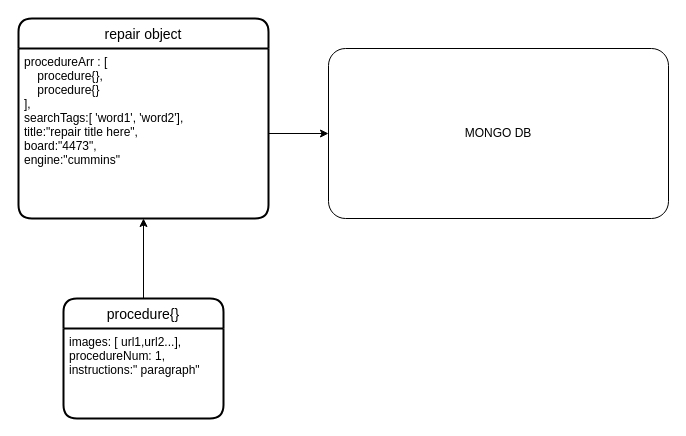
The draw.io diagram repair-reports/Untitled Diagram.drawio in jesusdoza/diagrams, before the edit. Source tidied: cells renumbered, new cells numbered last; positions are measured from the earlier drawing's top-left corner, leaving out a move shared by most shapes. Both pictures are drawn from the tidied source at 100%, with x=0, y=0 at pixel (18, 18).
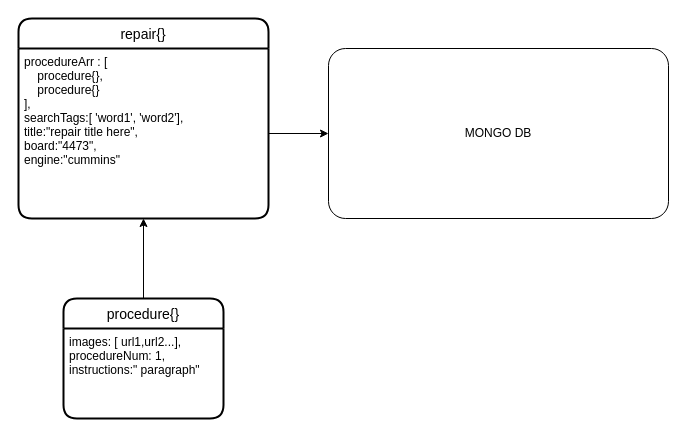
Above is the later version.

Change to the diagram source:
```diff
@@
 <mxGraphModel>
   <root>
     <mxCell id="0" />
     <mxCell id="1" parent="0" />
-    <mxCell id="2" value="repair object" style="swimlane;horizontal=1;startSize=30;rounded=1;fontSize=14;fontStyle=0;strokeWidth=2;shadow=0;dashed=0;align=center;" parent="1" vertex="1">
+    <mxCell id="2" value="repair{}" style="swimlane;horizontal=1;startSize=30;rounded=1;fontSize=14;fontStyle=0;strokeWidth=2;shadow=0;dashed=0;align=center;" parent="1" vertex="1">
       <mxGeometry width="250" height="200" as="geometry" />
     </mxCell>
     <mxCell id="3" value="procedureArr : [&#10;    procedure{},&#10;    procedure{}&#10;],&#10;searchTags:[ 'word1', 'word2'],&#10;title:&quot;repair title here&quot;,&#10;board:&quot;4473&quot;,&#10;engine:&quot;cummins&quot;&#10;" style="align=left;strokeColor=none;fillColor=none;spacingLeft=4;fontSize=12;verticalAlign=top;" parent="2" vertex="1">
       <mxGeometry y="30" width="250" height="170" as="geometry" />
     </mxCell>
     <mxCell id="4" style="edgeStyle=orthogonalEdgeStyle;rounded=0;jettySize=auto;html=1;" parent="1" edge="1" source="5" target="3">
       <mxGeometry relative="1" as="geometry" />
     </mxCell>
     <mxCell id="5" value="procedure{}" style="swimlane;horizontal=1;startSize=30;rounded=1;fontSize=14;fontStyle=0;strokeWidth=2;shadow=0;dashed=0;align=center;" parent="1" vertex="1">
       <mxGeometry x="45" y="280" width="160" height="120" as="geometry" />
     </mxCell>
     <mxCell id="6" value="images: [ url1,url2...],&#10;procedureNum: 1,&#10;instructions:&quot; paragraph&quot;" style="align=left;strokeColor=none;fillColor=none;spacingLeft=4;fontSize=12;verticalAlign=top;" parent="5" vertex="1">
       <mxGeometry y="30" width="160" height="90" as="geometry" />
     </mxCell>
     <mxCell id="7" value="MONGO DB" style="rounded=1;arcSize=10;whiteSpace=wrap;html=1;align=center;" parent="1" vertex="1">
       <mxGeometry x="310" y="30" width="340" height="170" as="geometry" />
     </mxCell>
     <mxCell id="8" style="edgeStyle=orthogonalEdgeStyle;rounded=0;jettySize=auto;html=1;" parent="1" edge="1" source="3" target="7">
       <mxGeometry relative="1" as="geometry" />
     </mxCell>
   </root>
 </mxGraphModel>
```
